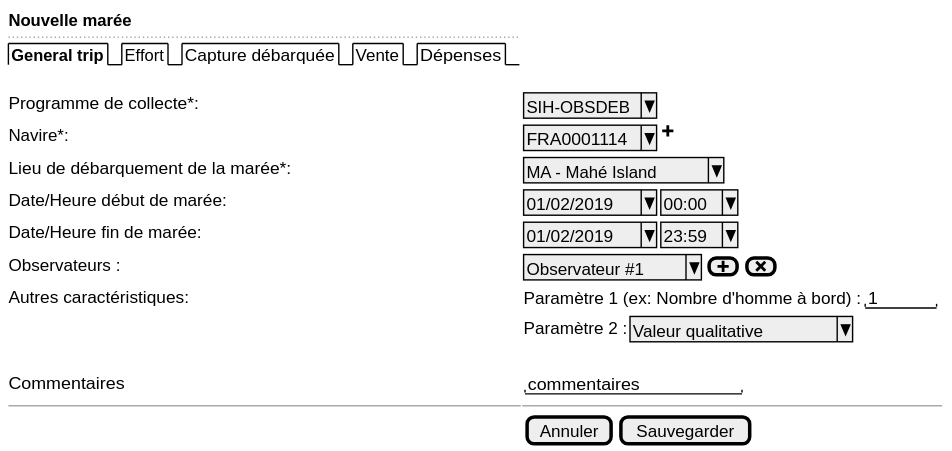
Above: use-case/collect/trip/landing-ui-new.svg in sumaris-net/sumaris-doc (PlantUML), before the change. Its source is kept beside it as use-case/collect/trip/landing-ui-new.puml.
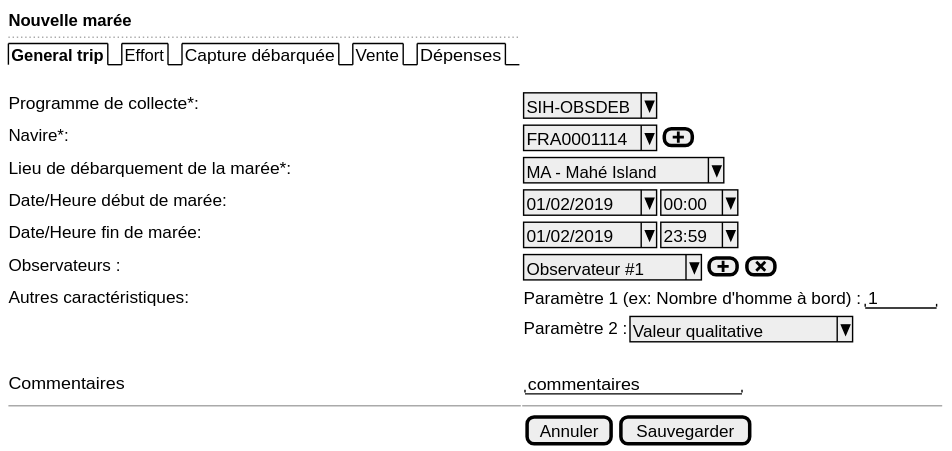
The same file after the commit.

Change to the diagram source:
```diff
@@ -5,7 +5,7 @@
   {/ <b>General trip | Effort | Capture débarquée | Vente | Dépenses }
   .
   Programme de collecte*:    | { ^SIH-OBSDEB^ }
-  Navire*:                   | { ^FRA0001114^ | <&plus> }
+  Navire*:                   | { ^FRA0001114^ | [<&plus>] }
   Lieu de débarquement de la marée*:     | { ^MA - Mahé Island^ }
   Date/Heure début de marée:  | { ^01/02/2019^ | ^00:00^ }
   Date/Heure fin de marée:  | { ^01/02/2019^ | ^23:59^ }
```
